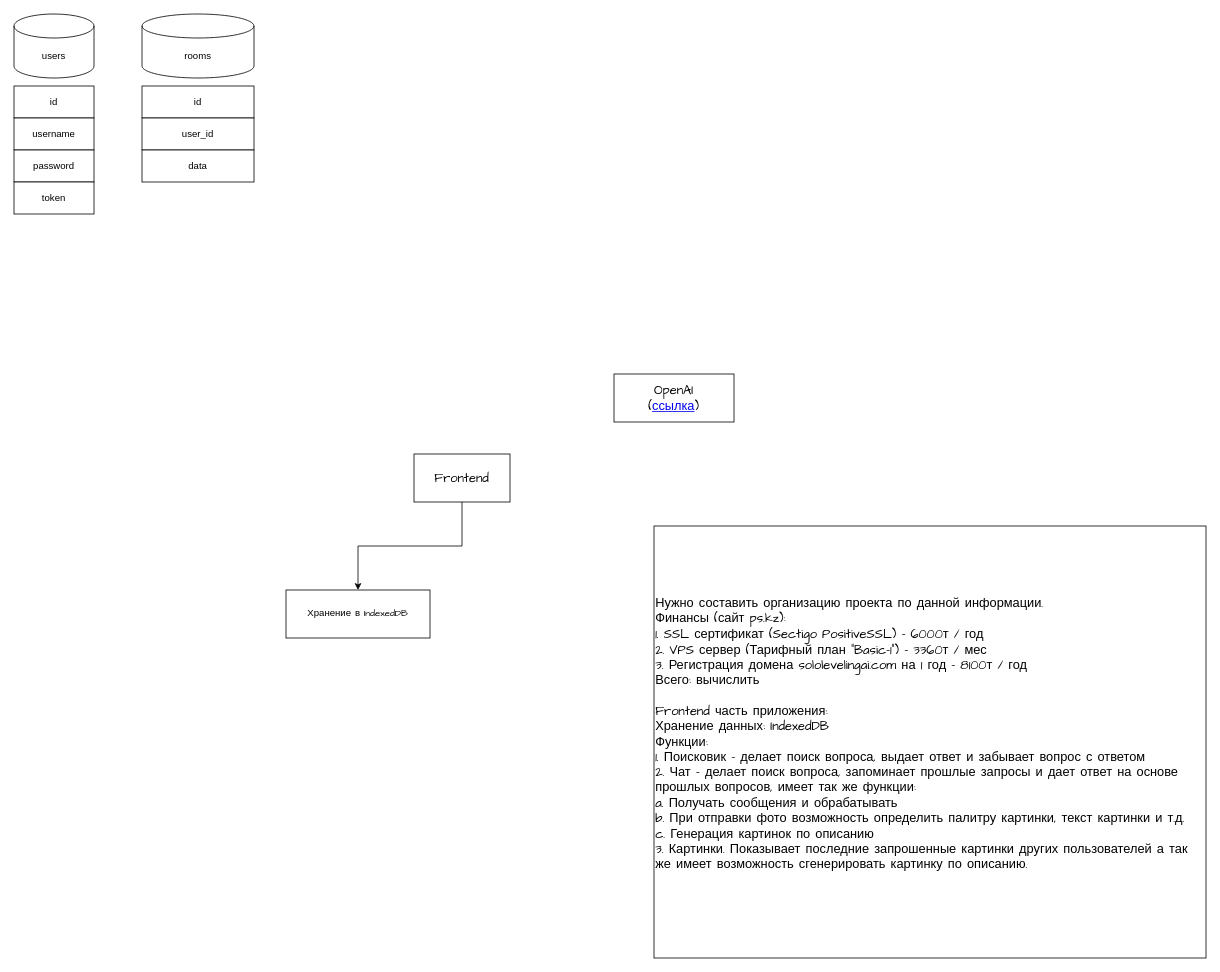
This is SoloLeveling_AI/logic.drawio from SoloLeveling2005/SoloLeveling, a draw.io file, before an edit. Source tidied: cells renumbered, new cells numbered last; positions are measured from the earlier drawing's top-left corner, leaving out a move shared by most shapes. Both pictures are drawn from the tidied source at 80%, with x=0, y=0 at pixel (14, 14).
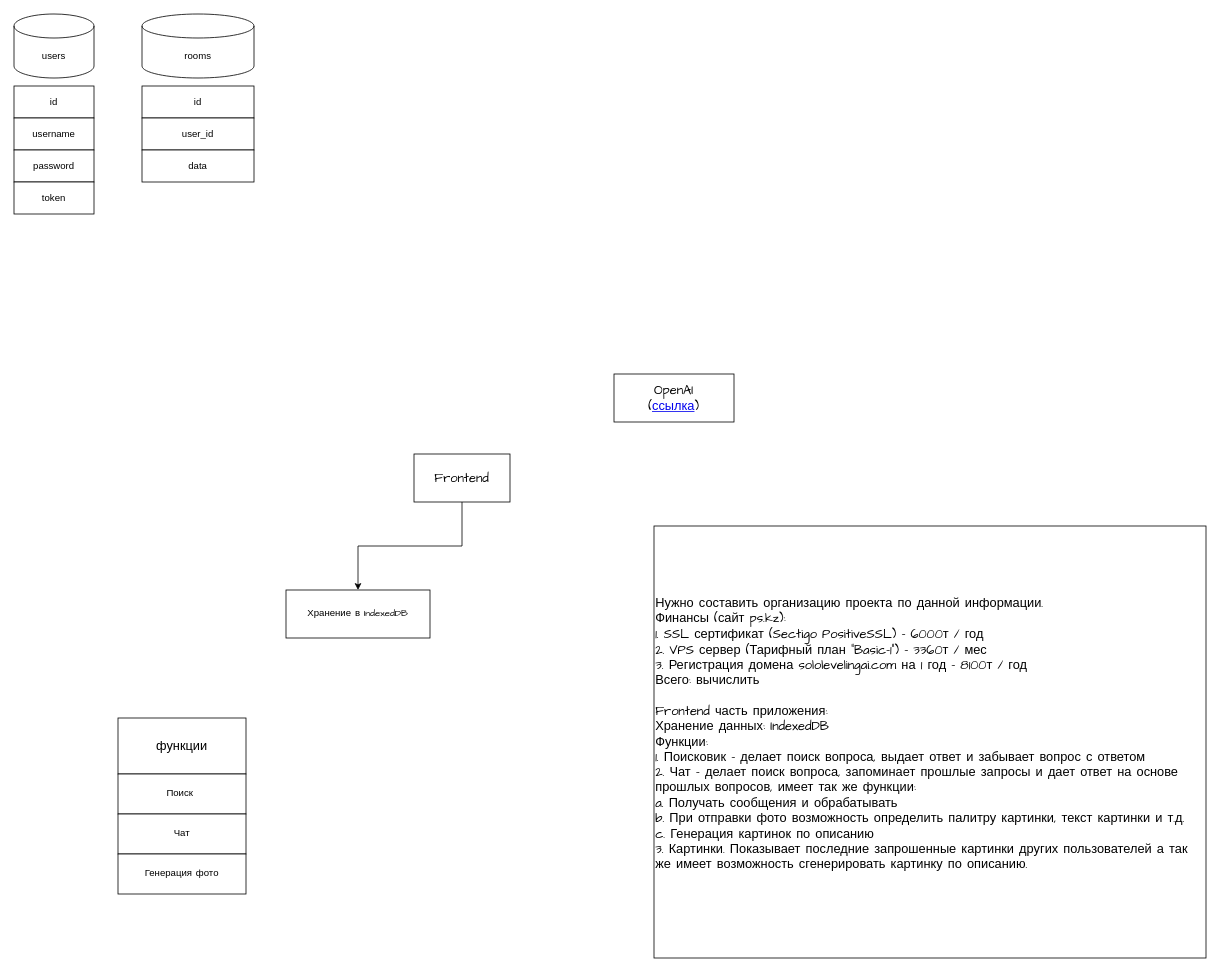
After the change.

Change to the diagram source:
```diff
@@
 <mxGraphModel>
   <root>
     <mxCell id="0" />
     <mxCell id="1" parent="0" />
     <mxCell id="2" value="users" style="shape=cylinder3;whiteSpace=wrap;html=1;boundedLbl=1;backgroundOutline=1;size=15;" parent="1" vertex="1">
       <mxGeometry width="100" height="80" as="geometry" />
     </mxCell>
     <mxCell id="3" value="rooms" style="shape=cylinder3;whiteSpace=wrap;html=1;boundedLbl=1;backgroundOutline=1;size=15;" parent="1" vertex="1">
       <mxGeometry x="160" width="140" height="80" as="geometry" />
     </mxCell>
     <mxCell id="4" value="id" style="rounded=0;whiteSpace=wrap;html=1;" parent="1" vertex="1">
       <mxGeometry y="90" width="100" height="40" as="geometry" />
     </mxCell>
     <mxCell id="5" value="username" style="rounded=0;whiteSpace=wrap;html=1;" parent="1" vertex="1">
       <mxGeometry y="130" width="100" height="40" as="geometry" />
     </mxCell>
     <mxCell id="6" value="password" style="rounded=0;whiteSpace=wrap;html=1;" parent="1" vertex="1">
       <mxGeometry y="170" width="100" height="40" as="geometry" />
     </mxCell>
     <mxCell id="7" value="id" style="rounded=0;whiteSpace=wrap;html=1;" parent="1" vertex="1">
       <mxGeometry x="160" y="90" width="140" height="40" as="geometry" />
     </mxCell>
     <mxCell id="8" value="user_id" style="rounded=0;whiteSpace=wrap;html=1;" parent="1" vertex="1">
       <mxGeometry x="160" y="130" width="140" height="40" as="geometry" />
     </mxCell>
     <mxCell id="9" value="data" style="rounded=0;whiteSpace=wrap;html=1;" parent="1" vertex="1">
       <mxGeometry x="160" y="170" width="140" height="40" as="geometry" />
     </mxCell>
     <mxCell id="10" value="token" style="rounded=0;whiteSpace=wrap;html=1;" parent="1" vertex="1">
       <mxGeometry y="210" width="100" height="40" as="geometry" />
     </mxCell>
     <mxCell id="11" style="edgeStyle=orthogonalEdgeStyle;rounded=0;jettySize=auto;html=1;entryX=0.5;entryY=0;entryDx=0;entryDy=0;fontFamily=Comic Sans MS;" parent="1" edge="1" source="12" target="13">
       <mxGeometry relative="1" as="geometry" />
     </mxCell>
     <mxCell id="12" value="&lt;font face=&quot;Comic Sans MS&quot; style=&quot;font-size: 16px;&quot;&gt;Frontend&lt;/font&gt;" style="rounded=0;whiteSpace=wrap;html=1;shadow=0;glass=0;sketch=0;fontSize=16;" parent="1" vertex="1">
       <mxGeometry x="500" y="550" width="120" height="60" as="geometry" />
     </mxCell>
     <mxCell id="13" value="Хранение в&amp;nbsp;IndexedDB" style="rounded=0;whiteSpace=wrap;html=1;shadow=0;glass=0;sketch=0;fontFamily=Comic Sans MS;" parent="1" vertex="1">
       <mxGeometry x="340" y="720" width="180" height="60" as="geometry" />
     </mxCell>
     <mxCell id="14" value="&lt;font face=&quot;Comic Sans MS&quot;&gt;OpenAI &lt;br&gt;(&lt;a href=&quot;https://platform.openai.com/overview&quot;&gt;ссылка&lt;/a&gt;)&lt;/font&gt;" style="rounded=0;whiteSpace=wrap;html=1;shadow=0;glass=0;sketch=0;fontSize=16;" parent="1" vertex="1">
       <mxGeometry x="750" y="450" width="150" height="60" as="geometry" />
     </mxCell>
     <mxCell id="15" value="&lt;div&gt;&lt;div&gt;Нужно составить организацию проекта по данной информации.&lt;/div&gt;&lt;div&gt;Финансы (сайт ps.kz):&amp;nbsp;&lt;/div&gt;&lt;div&gt;1. SSL сертификат (Sectigo PositiveSSL) - 6000т / год&lt;/div&gt;&lt;div&gt;2. VPS сервер (Тарифный план &quot;Basic-1&quot;) - 3360т / мес&lt;/div&gt;&lt;div&gt;3. Регистрация домена sololevelingai.com на 1 год - 8100т / год&lt;/div&gt;&lt;div&gt;Всего: вычислить&amp;nbsp;&lt;/div&gt;&lt;div&gt;&lt;br&gt;&lt;/div&gt;&lt;div&gt;Frontend часть приложения:&lt;/div&gt;&lt;div&gt;Хранение данных: IndexedDB&lt;/div&gt;&lt;div&gt;Функции:&lt;/div&gt;&lt;div&gt;1. Поисковик - делает поиск вопроса, выдает ответ и забывает вопрос с ответом&lt;/div&gt;&lt;div&gt;2. Чат - делает поиск вопроса, запоминает прошлые запросы и дает ответ на основе прошлых вопросов, имеет так же функции:&lt;/div&gt;&lt;div&gt;a. Получать сообщения и обрабатывать&lt;/div&gt;&lt;div&gt;b. При отправки фото возможность определить палитру картинки, текст картинки и т.д.&lt;/div&gt;&lt;div&gt;c. Генерация картинок по описанию&amp;nbsp;&lt;/div&gt;&lt;div&gt;3. Картинки. Показывает последние запрошенные картинки других пользователей а так же имеет возможность сгенерировать картинку по описанию.&amp;nbsp;&lt;/div&gt;&lt;/div&gt;&lt;div&gt;&lt;br&gt;&lt;/div&gt;" style="rounded=0;whiteSpace=wrap;html=1;shadow=0;glass=0;sketch=0;fontFamily=Comic Sans MS;fontSize=16;align=left;" parent="1" vertex="1">
       <mxGeometry x="800" y="640" width="690" height="540" as="geometry" />
     </mxCell>
+    <mxCell id="16" value="функции" style="rounded=0;whiteSpace=wrap;html=1;fontFamily=Comic Sans MS;fontSize=16;" parent="1" vertex="1">
+      <mxGeometry x="130" y="880" width="160" height="70" as="geometry" />
+    </mxCell>
+    <mxCell id="17" value="Поиск&amp;nbsp;" style="rounded=0;whiteSpace=wrap;html=1;fontFamily=Comic Sans MS;fontSize=12;" parent="1" vertex="1">
+      <mxGeometry x="130" y="950" width="160" height="50" as="geometry" />
+    </mxCell>
+    <mxCell id="18" value="Чат" style="rounded=0;whiteSpace=wrap;html=1;fontFamily=Comic Sans MS;fontSize=12;" parent="1" vertex="1">
+      <mxGeometry x="130" y="1000" width="160" height="50" as="geometry" />
+    </mxCell>
+    <mxCell id="19" value="Генерация фото" style="rounded=0;whiteSpace=wrap;html=1;fontFamily=Comic Sans MS;fontSize=12;" parent="1" vertex="1">
+      <mxGeometry x="130" y="1050" width="160" height="50" as="geometry" />
+    </mxCell>
   </root>
 </mxGraphModel>
```
